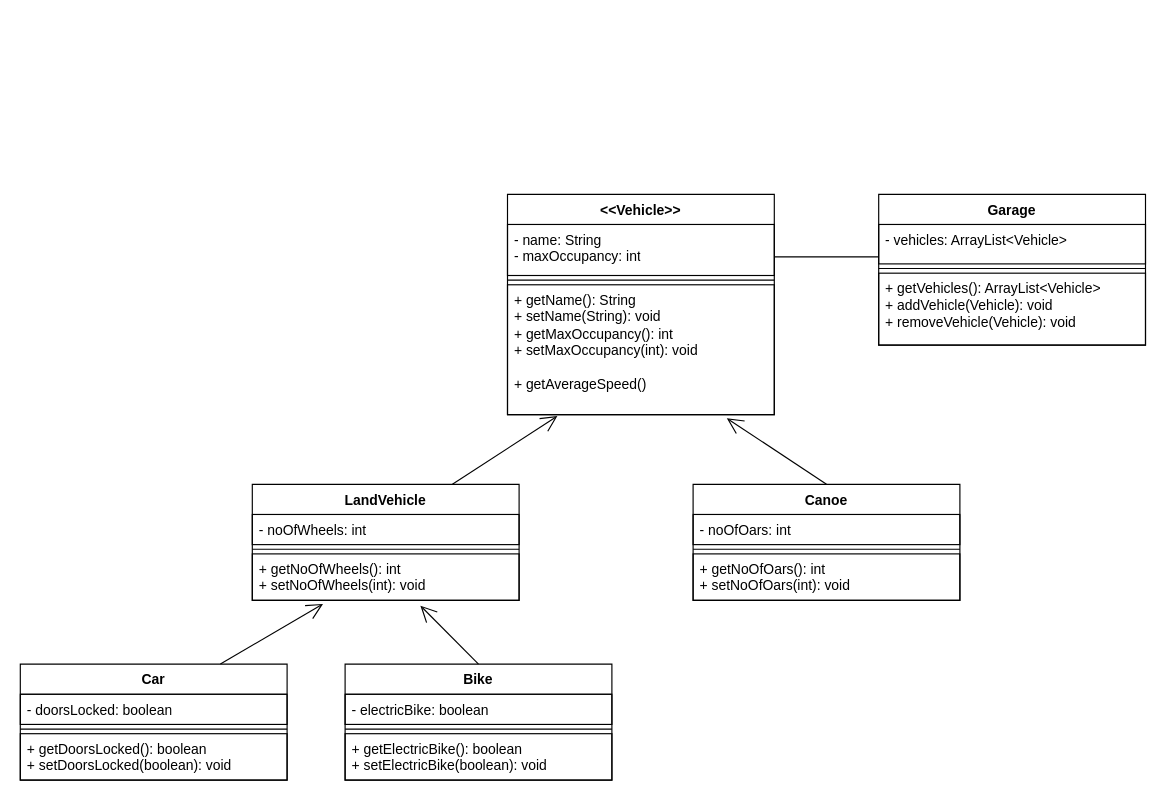
H8S8/PolymorphismLab keeps this draw.io diagram as PolymorphismUMLFinal.drawio. Above is the earlier version. Source tidied: cells renumbered, new cells numbered last; positions are measured from the earlier drawing's top-left corner, leaving out a move shared by most shapes. Both pictures are drawn from the tidied source at 116%, with x=0, y=0 at pixel (20, 194).
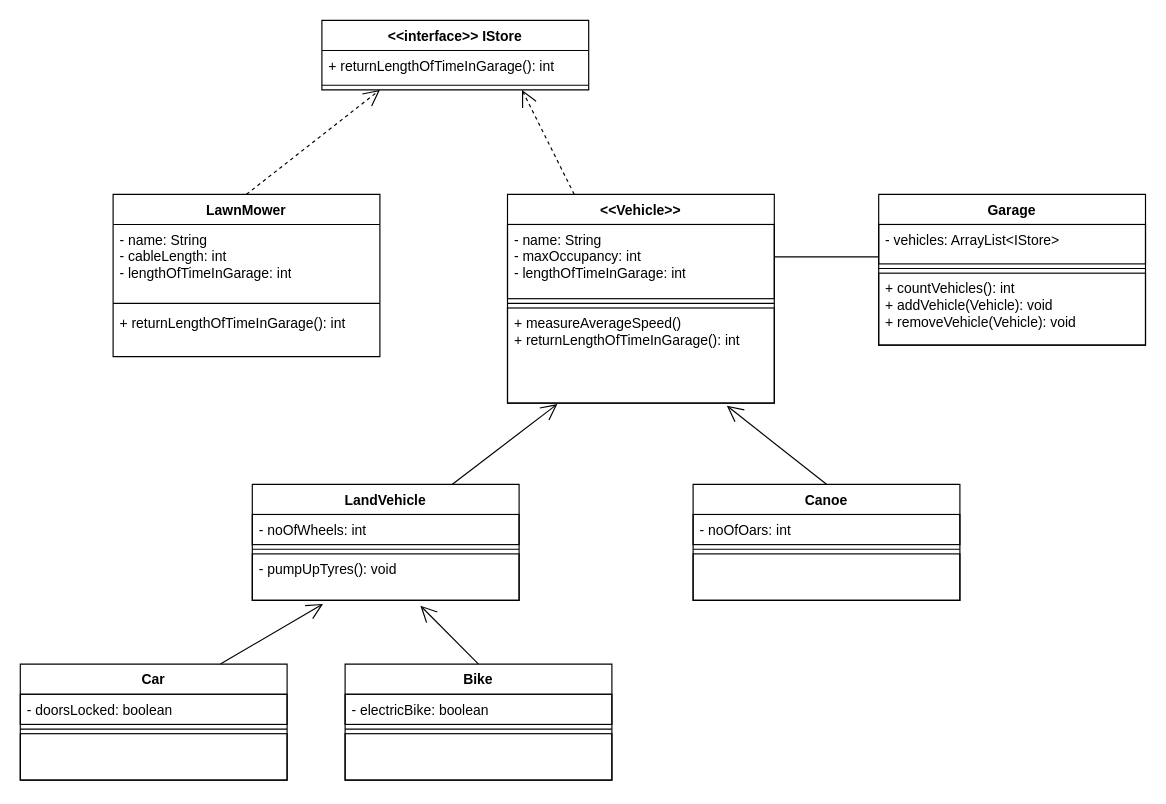
After the change.

The change refers to these unchanged cells:
```xml
<mxCell id="6" value="Car" style="swimlane;fontStyle=1;align=center;verticalAlign=top;horizontal=1;startSize=26;whiteSpace=wrap;html=1;strokeColor=#000000;" parent="1" vertex="1">
  <mxGeometry y="405" width="230" height="100" as="geometry" />
</mxCell>
<mxCell id="10" value="Bike" style="swimlane;fontStyle=1;align=center;verticalAlign=top;horizontal=1;startSize=26;whiteSpace=wrap;html=1;strokeColor=#000000;" parent="1" vertex="1">
  <mxGeometry x="280" y="405" width="230" height="100" as="geometry" />
</mxCell>
<mxCell id="16" value="Garage" style="swimlane;fontStyle=1;align=center;verticalAlign=top;horizontal=1;startSize=26;whiteSpace=wrap;html=1;strokeColor=#000000;" parent="1" vertex="1">
  <mxGeometry x="740" width="230" height="130" as="geometry" />
</mxCell>
<mxCell id="21" value="LandVehicle" style="swimlane;fontStyle=1;align=center;verticalAlign=top;horizontal=1;startSize=26;whiteSpace=wrap;html=1;strokeColor=#000000;" parent="1" vertex="1">
  <mxGeometry x="200" y="250" width="230" height="100" as="geometry" />
</mxCell>
<mxCell id="26" value="Canoe" style="swimlane;fontStyle=1;align=center;verticalAlign=top;horizontal=1;startSize=26;whiteSpace=wrap;html=1;strokeColor=#000000;" parent="1" vertex="1">
  <mxGeometry x="580" y="250" width="230" height="100" as="geometry" />
</mxCell>
```

Change to the diagram source:
```diff
@@
     <mxCell id="2" value="&amp;lt;&amp;lt;Vehicle&amp;gt;&amp;gt;" style="swimlane;fontStyle=1;align=center;verticalAlign=top;horizontal=1;startSize=26;whiteSpace=wrap;html=1;strokeColor=#000000;" parent="1" vertex="1">
-      <mxGeometry x="420" width="230" height="190" as="geometry" />
+      <mxGeometry x="420" width="230" height="180" as="geometry" />
     </mxCell>
-    <mxCell id="3" value="- name: String&lt;br&gt;- maxOccupancy: int" style="text;strokeColor=#000000;fillColor=none;align=left;verticalAlign=top;spacingLeft=4;spacingRight=4;overflow=hidden;whiteSpace=wrap;html=1;" parent="2" vertex="1">
-      <mxGeometry y="26" width="230" height="44" as="geometry" />
+    <mxCell id="3" value="- name: String&lt;br&gt;- maxOccupancy: int&lt;br&gt;- lengthOfTimeInGarage: int" style="text;strokeColor=#000000;fillColor=none;align=left;verticalAlign=top;spacingLeft=4;spacingRight=4;overflow=hidden;whiteSpace=wrap;html=1;" parent="2" vertex="1">
+      <mxGeometry y="26" width="230" height="64" as="geometry" />
     </mxCell>
     <mxCell id="4" style="line;strokeWidth=1;fillColor=none;align=left;verticalAlign=middle;spacingTop=-1;spacingLeft=3;spacingRight=3;labelPosition=right;strokeColor=#000000;" parent="2" vertex="1">
-      <mxGeometry y="70" width="230" height="8" as="geometry" />
+      <mxGeometry y="90" width="230" height="8" as="geometry" />
     </mxCell>
-    <mxCell id="5" value="+ getName(): String&lt;br&gt;+ setName(String): void&lt;br&gt;+ getMaxOccupancy(): int&lt;br&gt;+ setMaxOccupancy(int): void&lt;br&gt;&lt;br&gt;+ getAverageSpeed()&lt;br&gt;&lt;br&gt;" style="text;strokeColor=#000000;fillColor=none;align=left;verticalAlign=top;spacingLeft=4;spacingRight=4;overflow=hidden;points=[[0,0.5],[1,0.5]];portConstraint=eastwest;whiteSpace=wrap;html=1;" parent="2" vertex="1">
-      <mxGeometry y="78" width="230" height="112" as="geometry" />
+    <mxCell id="5" value="+ measureAverageSpeed()&lt;br&gt;+ returnLengthOfTimeInGarage(): int" style="text;strokeColor=#000000;fillColor=none;align=left;verticalAlign=top;spacingLeft=4;spacingRight=4;overflow=hidden;points=[[0,0.5],[1,0.5]];portConstraint=eastwest;whiteSpace=wrap;html=1;" parent="2" vertex="1">
+      <mxGeometry y="98" width="230" height="82" as="geometry" />
     </mxCell>
@@
-    <mxCell id="9" value="+ getDoorsLocked(): boolean&lt;br&gt;+ setDoorsLocked(boolean): void" style="text;strokeColor=#000000;fillColor=none;align=left;verticalAlign=top;spacingLeft=4;spacingRight=4;overflow=hidden;whiteSpace=wrap;html=1;" parent="6" vertex="1">
+    <mxCell id="9" style="text;strokeColor=#000000;fillColor=none;align=left;verticalAlign=top;spacingLeft=4;spacingRight=4;overflow=hidden;whiteSpace=wrap;html=1;" parent="6" vertex="1">
       <mxGeometry y="60" width="230" height="40" as="geometry" />
     </mxCell>
@@
-    <mxCell id="13" value="+ getElectricBike(): boolean&lt;br&gt;+ setElectricBike(boolean): void" style="text;strokeColor=#000000;fillColor=none;align=left;verticalAlign=top;spacingLeft=4;spacingRight=4;overflow=hidden;whiteSpace=wrap;html=1;" parent="10" vertex="1">
+    <mxCell id="13" style="text;strokeColor=#000000;fillColor=none;align=left;verticalAlign=top;spacingLeft=4;spacingRight=4;overflow=hidden;whiteSpace=wrap;html=1;" parent="10" vertex="1">
       <mxGeometry y="60" width="230" height="40" as="geometry" />
     </mxCell>
@@
-    <mxCell id="17" value="- vehicles: ArrayList&amp;lt;Vehicle&amp;gt;" style="text;strokeColor=#000000;fillColor=none;align=left;verticalAlign=top;spacingLeft=4;spacingRight=4;overflow=hidden;whiteSpace=wrap;html=1;" parent="16" vertex="1">
+    <mxCell id="17" value="- vehicles: ArrayList&amp;lt;IStore&amp;gt;" style="text;strokeColor=#000000;fillColor=none;align=left;verticalAlign=top;spacingLeft=4;spacingRight=4;overflow=hidden;whiteSpace=wrap;html=1;" parent="16" vertex="1">
       <mxGeometry y="26" width="230" height="34" as="geometry" />
     </mxCell>
@@
-    <mxCell id="19" value="+ getVehicles(): ArrayList&amp;lt;Vehicle&amp;gt;&lt;br&gt;+ addVehicle(Vehicle): void&lt;br&gt;+ removeVehicle(Vehicle): void" style="text;strokeColor=#000000;fillColor=none;align=left;verticalAlign=top;spacingLeft=4;spacingRight=4;overflow=hidden;whiteSpace=wrap;html=1;" parent="16" vertex="1">
+    <mxCell id="19" value="+ countVehicles(): int&lt;br&gt;+ addVehicle(Vehicle): void&lt;br&gt;+ removeVehicle(Vehicle): void" style="text;strokeColor=#000000;fillColor=none;align=left;verticalAlign=top;spacingLeft=4;spacingRight=4;overflow=hidden;whiteSpace=wrap;html=1;" parent="16" vertex="1">
       <mxGeometry y="68" width="230" height="62" as="geometry" />
     </mxCell>
@@
-    <mxCell id="24" value="+ getNoOfWheels(): int&lt;br&gt;+ setNoOfWheels(int): void" style="text;strokeColor=#000000;fillColor=none;align=left;verticalAlign=top;spacingLeft=4;spacingRight=4;overflow=hidden;points=[[0,0.5],[1,0.5]];portConstraint=eastwest;whiteSpace=wrap;html=1;" parent="21" vertex="1">
+    <mxCell id="24" value="- pumpUpTyres(): void" style="text;strokeColor=#000000;fillColor=none;align=left;verticalAlign=top;spacingLeft=4;spacingRight=4;overflow=hidden;points=[[0,0.5],[1,0.5]];portConstraint=eastwest;whiteSpace=wrap;html=1;" parent="21" vertex="1">
       <mxGeometry y="60" width="230" height="40" as="geometry" />
     </mxCell>
@@
-    <mxCell id="29" value="+ getNoOfOars(): int&lt;br&gt;+ setNoOfOars(int): void" style="text;strokeColor=#000000;fillColor=none;align=left;verticalAlign=top;spacingLeft=4;spacingRight=4;overflow=hidden;whiteSpace=wrap;html=1;" parent="26" vertex="1">
+    <mxCell id="29" style="text;strokeColor=#000000;fillColor=none;align=left;verticalAlign=top;spacingLeft=4;spacingRight=4;overflow=hidden;whiteSpace=wrap;html=1;" parent="26" vertex="1">
       <mxGeometry y="60" width="230" height="40" as="geometry" />
     </mxCell>
@@
+    <mxCell id="31" value="LawnMower" style="swimlane;fontStyle=1;align=center;verticalAlign=top;horizontal=1;startSize=26;whiteSpace=wrap;html=1;" parent="1" vertex="1">
+      <mxGeometry x="80" width="230" height="140" as="geometry" />
+    </mxCell>
+    <mxCell id="32" value="- name: String&lt;br&gt;- cableLength: int&lt;br&gt;- lengthOfTimeInGarage: int" style="text;strokeColor=none;fillColor=none;align=left;verticalAlign=top;spacingLeft=4;spacingRight=4;overflow=hidden;whiteSpace=wrap;html=1;" parent="31" vertex="1">
+      <mxGeometry y="26" width="230" height="64" as="geometry" />
+    </mxCell>
+    <mxCell id="33" style="line;strokeWidth=1;fillColor=none;align=left;verticalAlign=middle;spacingTop=-1;spacingLeft=3;spacingRight=3;labelPosition=right;strokeColor=inherit;" parent="31" vertex="1">
+      <mxGeometry y="90" width="230" height="8" as="geometry" />
+    </mxCell>
+    <mxCell id="34" value="+ returnLengthOfTimeInGarage(): int" style="text;strokeColor=none;fillColor=none;align=left;verticalAlign=top;spacingLeft=4;spacingRight=4;overflow=hidden;whiteSpace=wrap;html=1;" parent="31" vertex="1">
+      <mxGeometry y="98" width="230" height="42" as="geometry" />
+    </mxCell>
+    <mxCell id="35" value="&amp;lt;&amp;lt;interface&amp;gt;&amp;gt; IStore" style="swimlane;fontStyle=1;align=center;verticalAlign=top;horizontal=1;startSize=26;whiteSpace=wrap;html=1;" parent="1" vertex="1">
+      <mxGeometry x="260" y="-150" width="230" height="60" as="geometry" />
+    </mxCell>
+    <mxCell id="36" value="+ returnLengthOfTimeInGarage(): int" style="text;strokeColor=none;fillColor=none;align=left;verticalAlign=top;spacingLeft=4;spacingRight=4;overflow=hidden;whiteSpace=wrap;html=1;" parent="35" vertex="1">
+      <mxGeometry y="26" width="230" height="26" as="geometry" />
+    </mxCell>
+    <mxCell id="37" style="line;strokeWidth=1;fillColor=none;align=left;verticalAlign=middle;spacingTop=-1;spacingLeft=3;spacingRight=3;labelPosition=right;strokeColor=inherit;" parent="35" vertex="1">
+      <mxGeometry y="52" width="230" height="8" as="geometry" />
+    </mxCell>
+    <mxCell id="38" style="endArrow=open;endSize=12;dashed=1;html=1;rounded=0;exitX=0.5;exitY=0;exitDx=0;exitDy=0;" parent="1" edge="1" source="31">
+      <mxGeometry relative="1" as="geometry">
+        <mxPoint x="310" y="-90" as="targetPoint" />
+      </mxGeometry>
+    </mxCell>
+    <mxCell id="39" style="endArrow=open;endSize=12;dashed=1;html=1;rounded=0;entryX=0.75;entryY=1;entryDx=0;entryDy=0;exitX=0.25;exitY=0;exitDx=0;exitDy=0;" parent="1" edge="1" source="2" target="35">
+      <mxGeometry relative="1" as="geometry" />
+    </mxCell>
```
